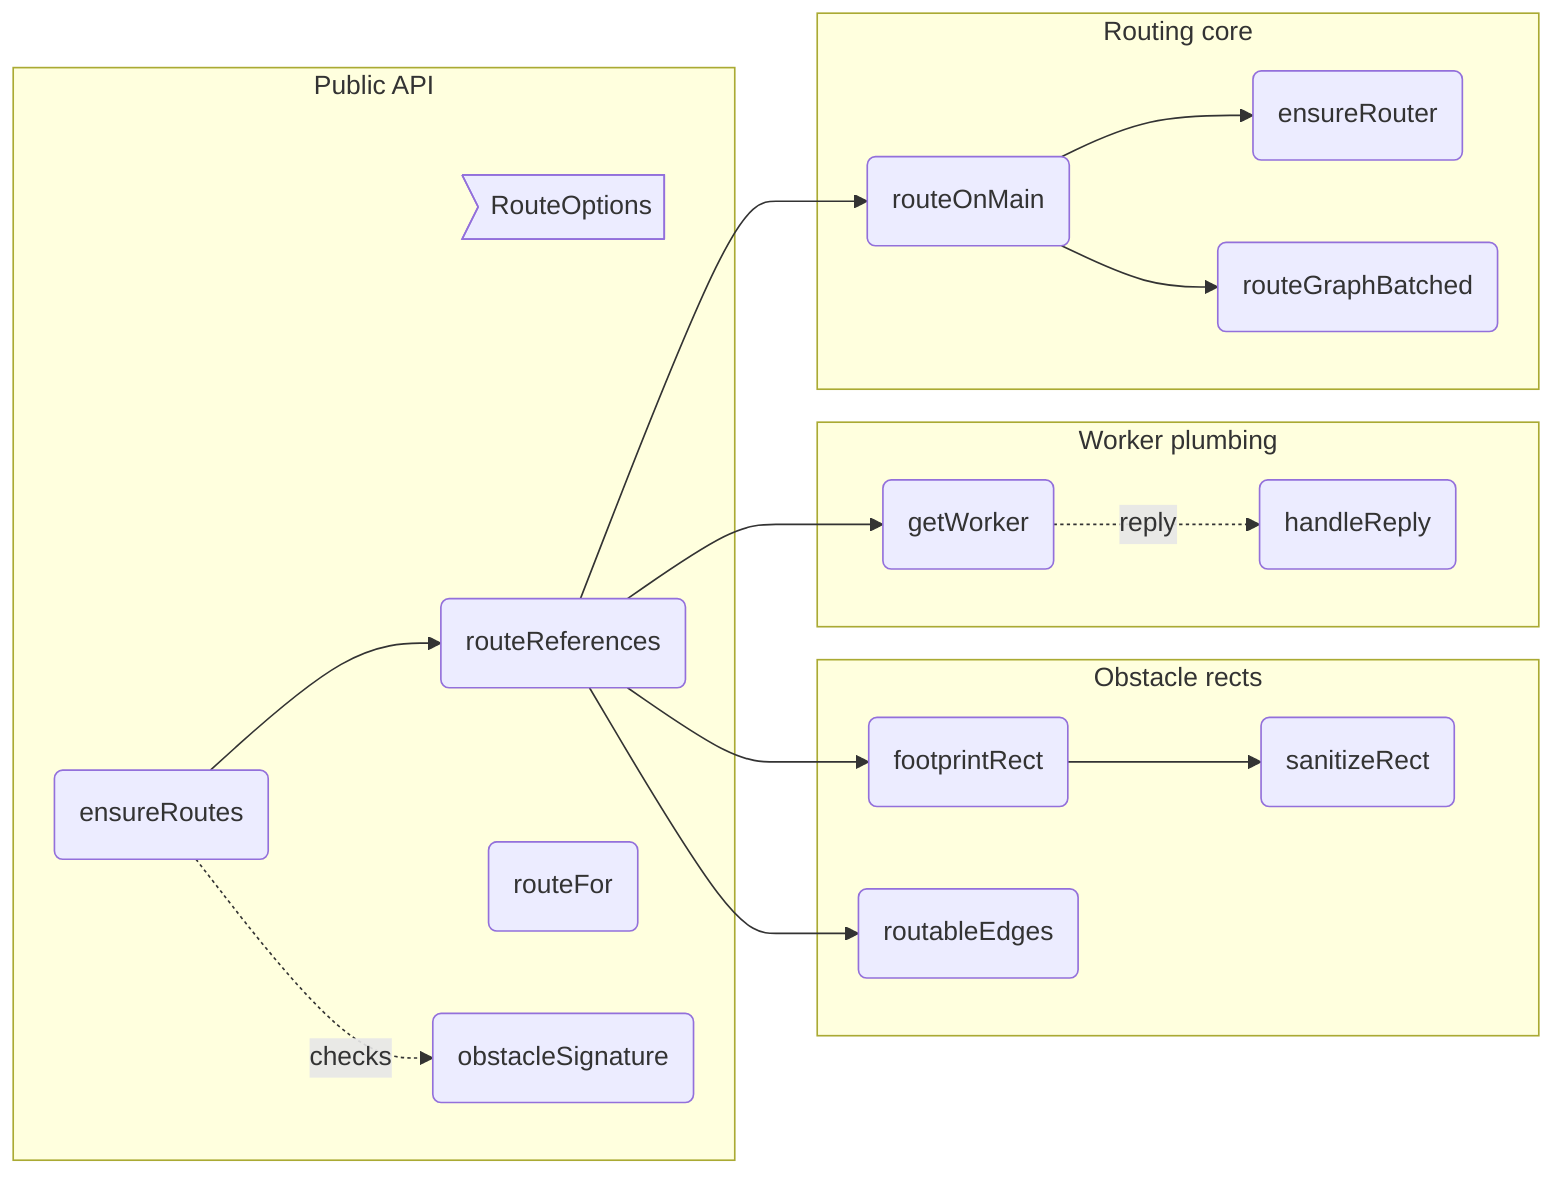
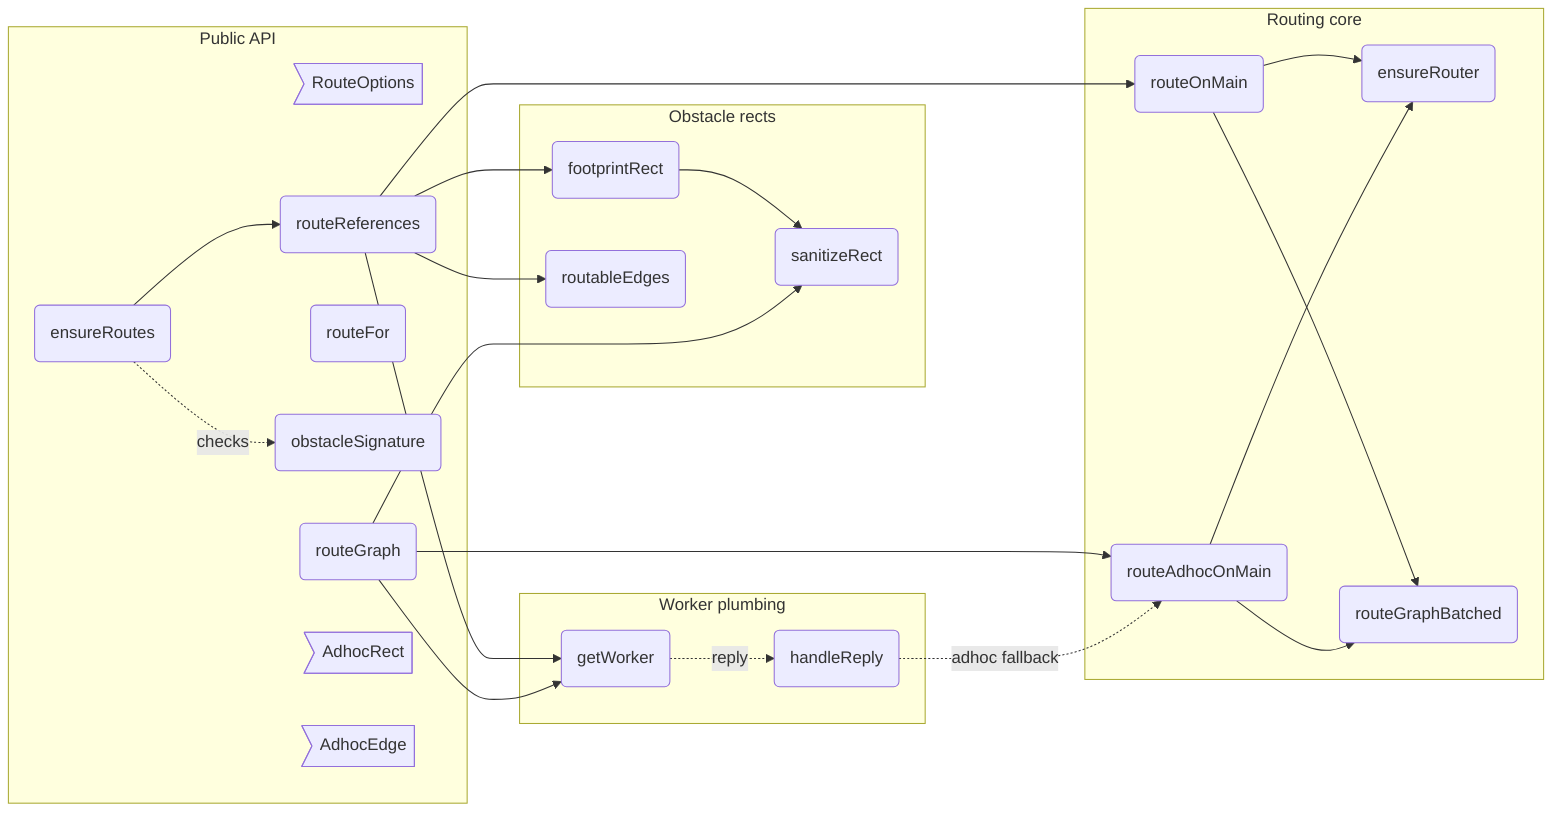
flowchart LR
%% root avoidRouter

%% src RouteOptions src/render/avoidRouter.ts#RouteOptions
%% kind RouteOptions type
%% fm:meta RouteOptions name=RouteOptions
%% fm:meta RouteOptions desc=options for routeReferences: optional onlyEdgeIds to route a subset

%% src routeReferences src/render/avoidRouter.ts#routeReferences
%% kind routeReferences function
%% fm:meta routeReferences name=routeReferences
%% fm:meta routeReferences desc=route reference edges around node footprints; worker when available, else main thread
%% fm:meta routeReferences i0.name=routeReferences
%% fm:meta routeReferences i0.accepts=ctx: AppContext
%% fm:meta routeReferences i0.accepts=opts: RouteOptions
%% fm:meta routeReferences i0.returns=Promise<void>

%% src routeFor src/render/avoidRouter.ts#routeFor
%% kind routeFor function
%% fm:meta routeFor name=routeFor
%% fm:meta routeFor desc=cached polyline for an edge, dropped if the obstacle field changed since it was computed
%% fm:meta routeFor i0.name=routeFor
%% fm:meta routeFor i0.accepts=id: string
%% fm:meta routeFor i0.accepts=sig: string
%% fm:meta routeFor i0.returns=Point[] | null

%% src ensureRoutes src/render/avoidRouter.ts#ensureRoutes
%% kind ensureRoutes function
%% fm:meta ensureRoutes name=ensureRoutes
%% fm:meta ensureRoutes desc=re-route only when the obstacle field changed; deduped and coalesced to one per frame
%% fm:meta ensureRoutes i0.name=ensureRoutes
%% fm:meta ensureRoutes i0.accepts=ctx: AppContext
%% fm:meta ensureRoutes i0.returns=void

%% src obstacleSignature src/render/avoidRouter.ts#obstacleSignature
%% kind obstacleSignature function
%% fm:meta obstacleSignature name=obstacleSignature
%% fm:meta obstacleSignature desc=signature of the whole obstacle field: every footprint plus the frontmatter toggle
%% fm:meta obstacleSignature i0.name=obstacleSignature
%% fm:meta obstacleSignature i0.accepts=ctx: AppContext
%% fm:meta obstacleSignature i0.returns=string

%% src sanitizeRect src/render/avoidRouter.ts#sanitizeRect
%% kind sanitizeRect function
%% fm:meta sanitizeRect name=sanitizeRect
%% fm:meta sanitizeRect desc=force a rect to finite, integer, strictly-positive dims so libavoid never throws
%% fm:meta sanitizeRect i0.name=sanitizeRect
%% fm:meta sanitizeRect i0.accepts=id: string
%% fm:meta sanitizeRect i0.accepts=x: number
%% fm:meta sanitizeRect i0.accepts=y: number
%% fm:meta sanitizeRect i0.accepts=w: number
%% fm:meta sanitizeRect i0.accepts=h: number
%% fm:meta sanitizeRect i0.returns=ElkNode

%% src footprintRect src/render/avoidRouter.ts#footprintRect
%% kind footprintRect function
%% fm:meta footprintRect name=footprintRect
%% fm:meta footprintRect desc=routing footprint: full card height, width clipped to the box to avoid overlap storms
%% fm:meta footprintRect i0.name=footprintRect
%% fm:meta footprintRect i0.accepts=ctx: AppContext
%% fm:meta footprintRect i0.accepts=n: DiagramNode
%% fm:meta footprintRect i0.accepts=id: string
%% fm:meta footprintRect i0.returns=ElkNode

%% src routableEdges src/render/avoidRouter.ts#routableEdges
%% kind routableEdges function
%% fm:meta routableEdges name=routableEdges
%% fm:meta routableEdges desc=every non-group, non-manual-bend edge; spine too, so straight lines never cross a card
%% fm:meta routableEdges i0.name=routableEdges
%% fm:meta routableEdges i0.accepts=ctx: AppContext
%% fm:meta routableEdges i0.returns=ElkEdge[]

%% src getWorker src/render/avoidRouter.ts#getWorker
%% kind getWorker function
%% fm:meta getWorker name=getWorker
%% fm:meta getWorker desc=lazily create the routing worker; returns null once it has proven unusable
%% fm:meta getWorker i0.name=getWorker
%% fm:meta getWorker i0.returns=Worker | null

%% src handleReply src/render/avoidRouter.ts#handleReply
%% kind handleReply function
%% fm:meta handleReply name=handleReply
%% fm:meta handleReply desc=apply a worker reply to the cache (newest generation only), then repaint
%% fm:meta handleReply i0.name=handleReply
%% fm:meta handleReply i0.accepts=msg: RouteRes
%% fm:meta handleReply i0.returns=void

%% src ensureRouter src/render/avoidRouter.ts#ensureRouter
%% kind ensureRouter function
%% fm:meta ensureRouter name=ensureRouter
%% fm:meta ensureRouter desc=load the WASM router once; later calls reuse the same promise
%% fm:meta ensureRouter i0.name=ensureRouter
%% fm:meta ensureRouter i0.returns=Promise<void>

%% src routeOnMain src/render/avoidRouter.ts#routeOnMain
%% kind routeOnMain function
%% fm:meta routeOnMain name=routeOnMain
%% fm:meta routeOnMain desc=main-thread routing fallback, tagging each route with the request-time signature
%% fm:meta routeOnMain i0.name=routeOnMain
%% fm:meta routeOnMain i0.accepts=graph: ElkGraph
%% fm:meta routeOnMain i0.accepts=scope: Set<string> | null
%% fm:meta routeOnMain i0.accepts=sig: string
%% fm:meta routeOnMain i0.returns=Promise<void>

%% src routeGraphBatched src/render/avoidRouter.ts#routeGraphBatched
%% kind routeGraphBatched function
%% fm:meta routeGraphBatched name=routeGraphBatched
%% fm:meta routeGraphBatched desc=route the graph edges in fixed-size batches to keep libavoid off its pathological path
%% fm:meta routeGraphBatched i0.name=routeGraphBatched
%% fm:meta routeGraphBatched i0.accepts=graph: ElkGraph
%% fm:meta routeGraphBatched i0.returns=Promise<{ id: string; poly: Point[] }[]>

+ %% src routeGraph src/render/avoidRouter.ts#routeGraph
+ %% kind routeGraph function
+ %% fm:meta routeGraph name=routeGraph
+ %% fm:meta routeGraph desc=ad-hoc routing for other surfaces (reading mode): same worker and wasm, promise-based, outside the ctx cache; resolves [] on failure so elbows stay
+ %% fm:meta routeGraph i0.name=routeGraph
+ %% fm:meta routeGraph i0.accepts=rects: AdhocRect[]
+ %% fm:meta routeGraph i0.accepts=edges: AdhocEdge[]
+ %% fm:meta routeGraph i0.returns=Promise<RoutedPoly[]>
+ 
+ %% src AdhocRect src/render/avoidRouter.ts#AdhocRect
+ %% kind AdhocRect type
+ %% fm:meta AdhocRect name=AdhocRect
+ %% fm:meta AdhocRect desc=obstacle rect for an ad-hoc routing request, in the caller's coordinate space
+ 
+ %% src AdhocEdge src/render/avoidRouter.ts#AdhocEdge
+ %% kind AdhocEdge type
+ %% fm:meta AdhocEdge name=AdhocEdge
+ %% fm:meta AdhocEdge desc=edge for an ad-hoc routing request; endpoints reference AdhocRect ids
+ 
+ %% src routeAdhocOnMain src/render/avoidRouter.ts#routeAdhocOnMain
+ %% kind routeAdhocOnMain function
+ %% fm:meta routeAdhocOnMain name=routeAdhocOnMain
+ %% fm:meta routeAdhocOnMain desc=main-thread fallback for an ad-hoc request; resolves [] on failure, never throws to the caller
+ %% fm:meta routeAdhocOnMain i0.name=routeAdhocOnMain
+ %% fm:meta routeAdhocOnMain i0.accepts=graph: ElkGraph
+ %% fm:meta routeAdhocOnMain i0.returns=Promise<RoutedPoly[]>
+ 
%% parent ar_api avoidRouter
%% parent ar_obstacles avoidRouter
%% parent ar_worker avoidRouter
%% parent ar_core avoidRouter

  subgraph ar_api ["Public API"]
    RouteOptions>"RouteOptions"]
    routeReferences("routeReferences")
    routeFor("routeFor")
    ensureRoutes("ensureRoutes")
    obstacleSignature("obstacleSignature")
+     routeGraph("routeGraph")
+     AdhocRect>"AdhocRect"]
+     AdhocEdge>"AdhocEdge"]
  end
  subgraph ar_obstacles ["Obstacle rects"]
    sanitizeRect("sanitizeRect")
    footprintRect("footprintRect")
    routableEdges("routableEdges")
  end
  subgraph ar_worker ["Worker plumbing"]
    getWorker("getWorker")
    handleReply("handleReply")
  end
  subgraph ar_core ["Routing core"]
    ensureRouter("ensureRouter")
    routeOnMain("routeOnMain")
+     routeAdhocOnMain("routeAdhocOnMain")
    routeGraphBatched("routeGraphBatched")
  end

  ensureRoutes --> routeReferences
  routeReferences --> routableEdges
  routeReferences --> footprintRect
  routeReferences --> getWorker
  routeReferences --> routeOnMain
  footprintRect --> sanitizeRect
  routeOnMain --> ensureRouter
  routeOnMain --> routeGraphBatched
  ensureRoutes -.->|checks| obstacleSignature
  getWorker -.->|reply| handleReply
+   routeGraph --> sanitizeRect
+   routeGraph --> getWorker
+   routeGraph --> routeAdhocOnMain
+   routeAdhocOnMain --> ensureRouter
+   routeAdhocOnMain --> routeGraphBatched
+   handleReply -.->|adhoc fallback| routeAdhocOnMain
